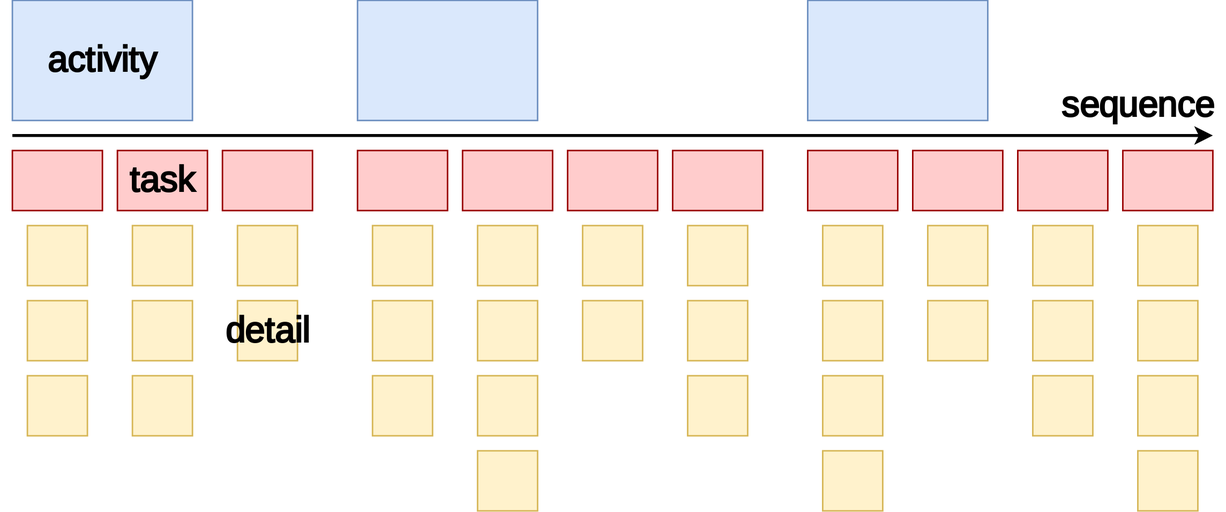
This is lectures/figures/user_story_map.drawio.svg from pintergreg/software-engineering, a draw.io export, as it was before one commit. Source tidied: cells renumbered, new cells last; positions are measured from the earlier drawing's top-left corner, leaving out a move shared by most shapes.
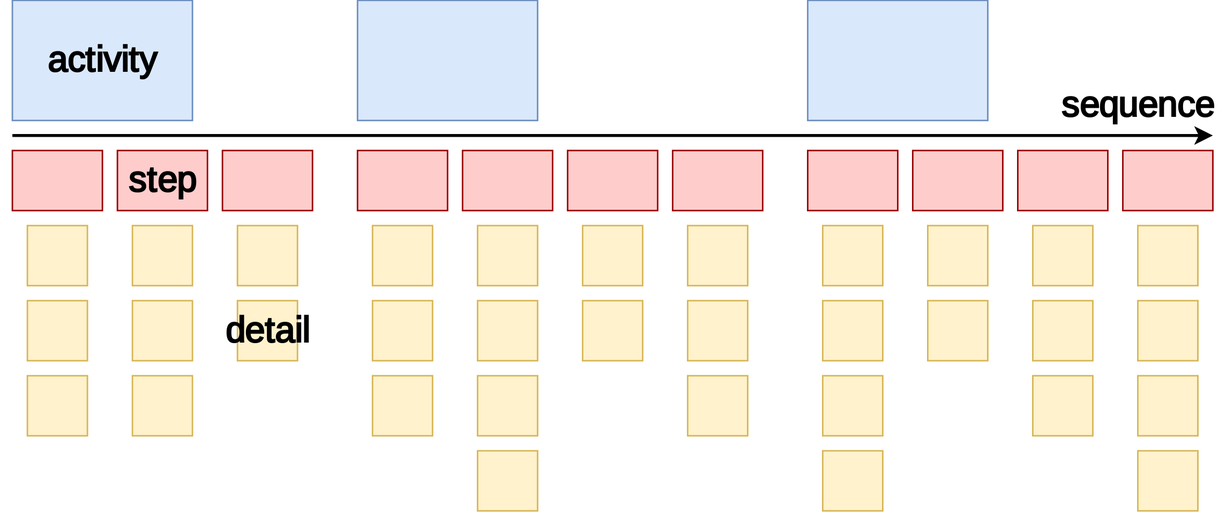
Later version of the same file.

Commit message:
Use step instead of task #12

Diff of the diagram source:
```diff
@@ -146,7 +146,7 @@
     <mxCell id="49" value="activity" style="text;html=1;align=center;verticalAlign=middle;whiteSpace=wrap;rounded=0;fontSize=24;fontStyle=1;fontFamily=Delicious Handrawn;fontSource=https%3A%2F%2Ffonts.googleapis.com%2Fcss%3Ffamily%3DDelicious%2BHandrawn;" parent="1" vertex="1">
       <mxGeometry x="20" y="20" width="80" height="40" as="geometry" />
     </mxCell>
-    <mxCell id="50" value="task" style="text;html=1;align=center;verticalAlign=middle;whiteSpace=wrap;rounded=0;fontSize=24;fontStyle=1;fontFamily=Delicious Handrawn;fontSource=https%3A%2F%2Ffonts.googleapis.com%2Fcss%3Ffamily%3DDelicious%2BHandrawn;" parent="1" vertex="1">
+    <mxCell id="50" value="step" style="text;html=1;align=center;verticalAlign=middle;whiteSpace=wrap;rounded=0;fontSize=24;fontStyle=1;fontFamily=Delicious Handrawn;fontSource=https%3A%2F%2Ffonts.googleapis.com%2Fcss%3Ffamily%3DDelicious%2BHandrawn;" parent="1" vertex="1">
       <mxGeometry x="60" y="100" width="80" height="40" as="geometry" />
     </mxCell>
     <mxCell id="51" value="detail" style="text;html=1;align=center;verticalAlign=middle;whiteSpace=wrap;rounded=0;fontSize=24;fontStyle=1;fontFamily=Delicious Handrawn;fontSource=https%3A%2F%2Ffonts.googleapis.com%2Fcss%3Ffamily%3DDelicious%2BHandrawn;" parent="1" vertex="1">
```
